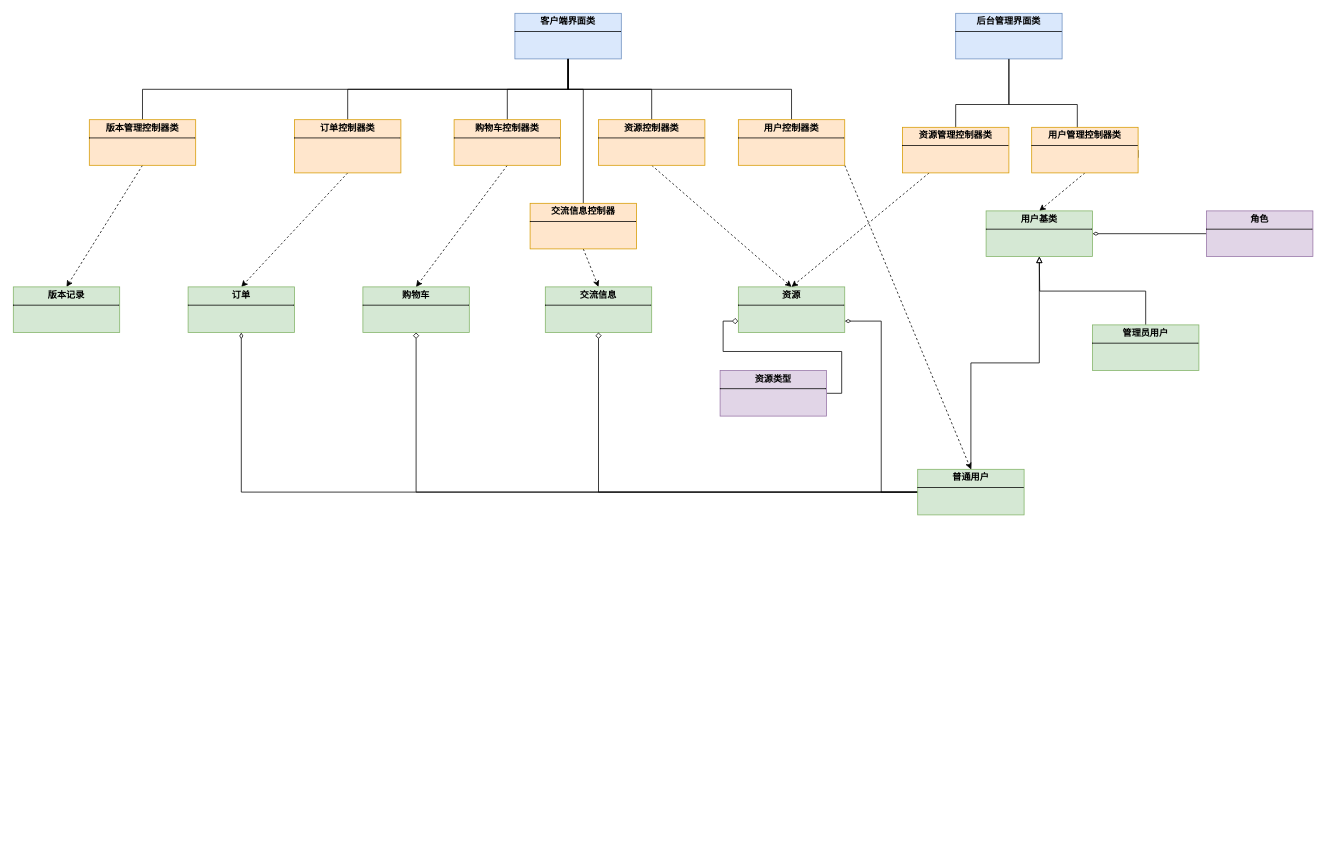
Before: 毕设/资源共享-类缩略图.drawio in xiaoguokf/draw.io, a draw.io diagram. Source tidied: cells renumbered, new cells numbered last; positions are measured from the earlier drawing's top-left corner, leaving out a move shared by most shapes. Both pictures are drawn from the tidied source at 76%, with x=0, y=0 at pixel (13, 13).
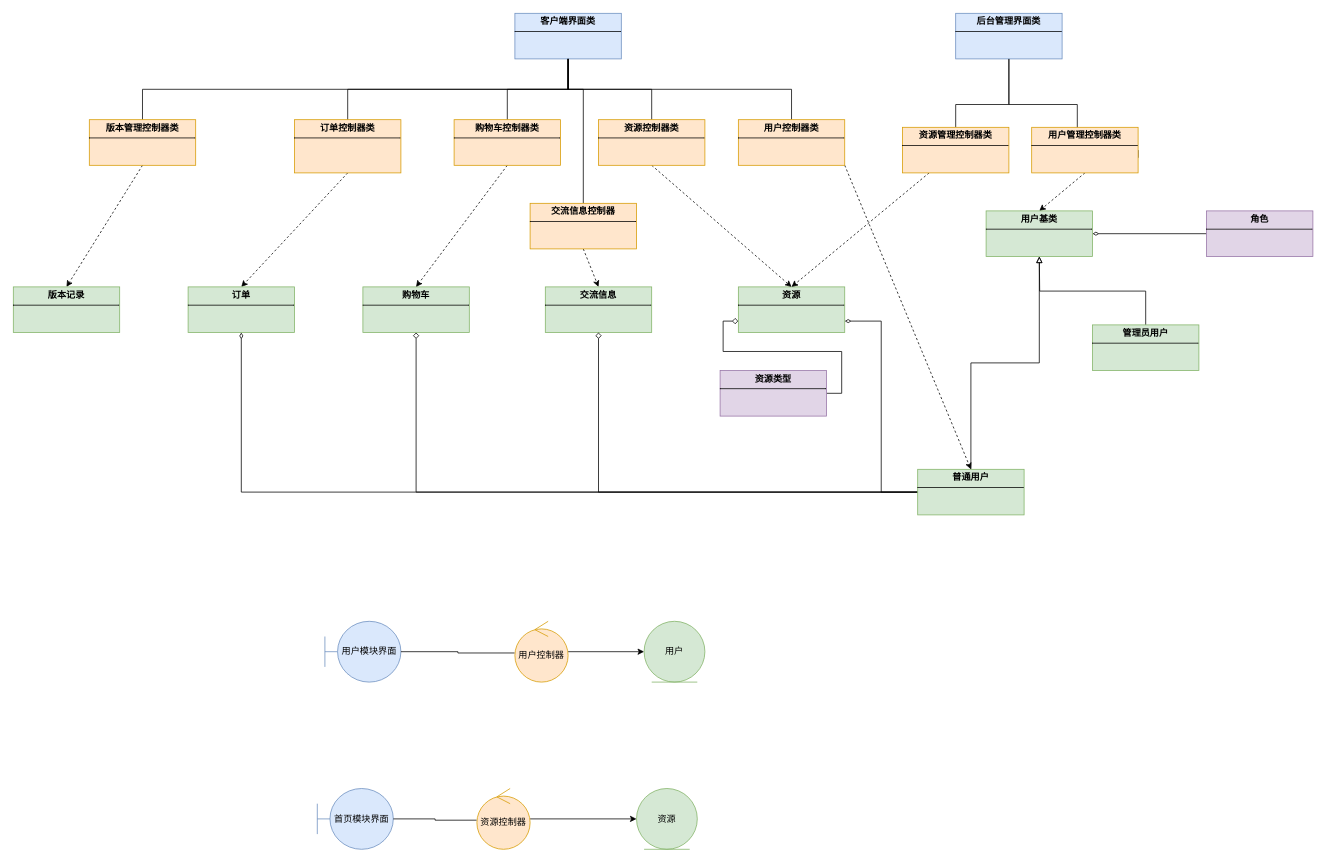
Above is the later version.

Commit message (it also covers changes not shown here):
更新资源共享-类缩略图.drawio

Change to the diagram source:
```diff
@@
+    <mxCell id="46" value="用户模块界面" style="shape=umlBoundary;whiteSpace=wrap;html=1;fillColor=#dae8fc;strokeColor=#6c8ebf;" parent="1" vertex="1">
+      <mxGeometry x="410" y="800" width="100" height="80" as="geometry" />
+    </mxCell>
+    <mxCell id="47" value="用户" style="ellipse;shape=umlEntity;whiteSpace=wrap;html=1;fillColor=#d5e8d4;strokeColor=#82b366;" parent="1" vertex="1">
+      <mxGeometry x="830" y="800" width="80" height="80" as="geometry" />
+    </mxCell>
+    <mxCell id="48" style="edgeStyle=orthogonalEdgeStyle;rounded=0;jettySize=auto;html=1;" parent="1" edge="1" source="49" target="47">
+      <mxGeometry relative="1" as="geometry" />
+    </mxCell>
+    <mxCell id="49" value="用户控制器" style="ellipse;shape=umlControl;whiteSpace=wrap;html=1;fillColor=#ffe6cc;strokeColor=#d79b00;" parent="1" vertex="1">
+      <mxGeometry x="660" y="800" width="70" height="80" as="geometry" />
+    </mxCell>
+    <mxCell id="50" style="edgeStyle=orthogonalEdgeStyle;rounded=0;jettySize=auto;html=1;entryX=-0.007;entryY=0.521;entryDx=0;entryDy=0;entryPerimeter=0;endArrow=none;endFill=0;" parent="1" edge="1" source="46" target="49">
+      <mxGeometry relative="1" as="geometry" />
+    </mxCell>
+    <mxCell id="51" value="首页模块界面" style="shape=umlBoundary;whiteSpace=wrap;html=1;fillColor=#dae8fc;strokeColor=#6c8ebf;" parent="1" vertex="1">
+      <mxGeometry x="400" y="1020" width="100" height="80" as="geometry" />
+    </mxCell>
+    <mxCell id="52" value="资源" style="ellipse;shape=umlEntity;whiteSpace=wrap;html=1;fillColor=#d5e8d4;strokeColor=#82b366;" parent="1" vertex="1">
+      <mxGeometry x="820" y="1020" width="80" height="80" as="geometry" />
+    </mxCell>
+    <mxCell id="53" style="edgeStyle=orthogonalEdgeStyle;rounded=0;jettySize=auto;html=1;" parent="1" edge="1" source="54" target="52">
+      <mxGeometry relative="1" as="geometry" />
+    </mxCell>
+    <mxCell id="54" value="资源控制器" style="ellipse;shape=umlControl;whiteSpace=wrap;html=1;fillColor=#ffe6cc;strokeColor=#d79b00;" parent="1" vertex="1">
+      <mxGeometry x="610" y="1020" width="70" height="80" as="geometry" />
+    </mxCell>
+    <mxCell id="55" style="edgeStyle=orthogonalEdgeStyle;rounded=0;jettySize=auto;html=1;entryX=-0.007;entryY=0.521;entryDx=0;entryDy=0;entryPerimeter=0;endArrow=none;endFill=0;" parent="1" edge="1" source="51" target="54">
+      <mxGeometry relative="1" as="geometry" />
+    </mxCell>
```
